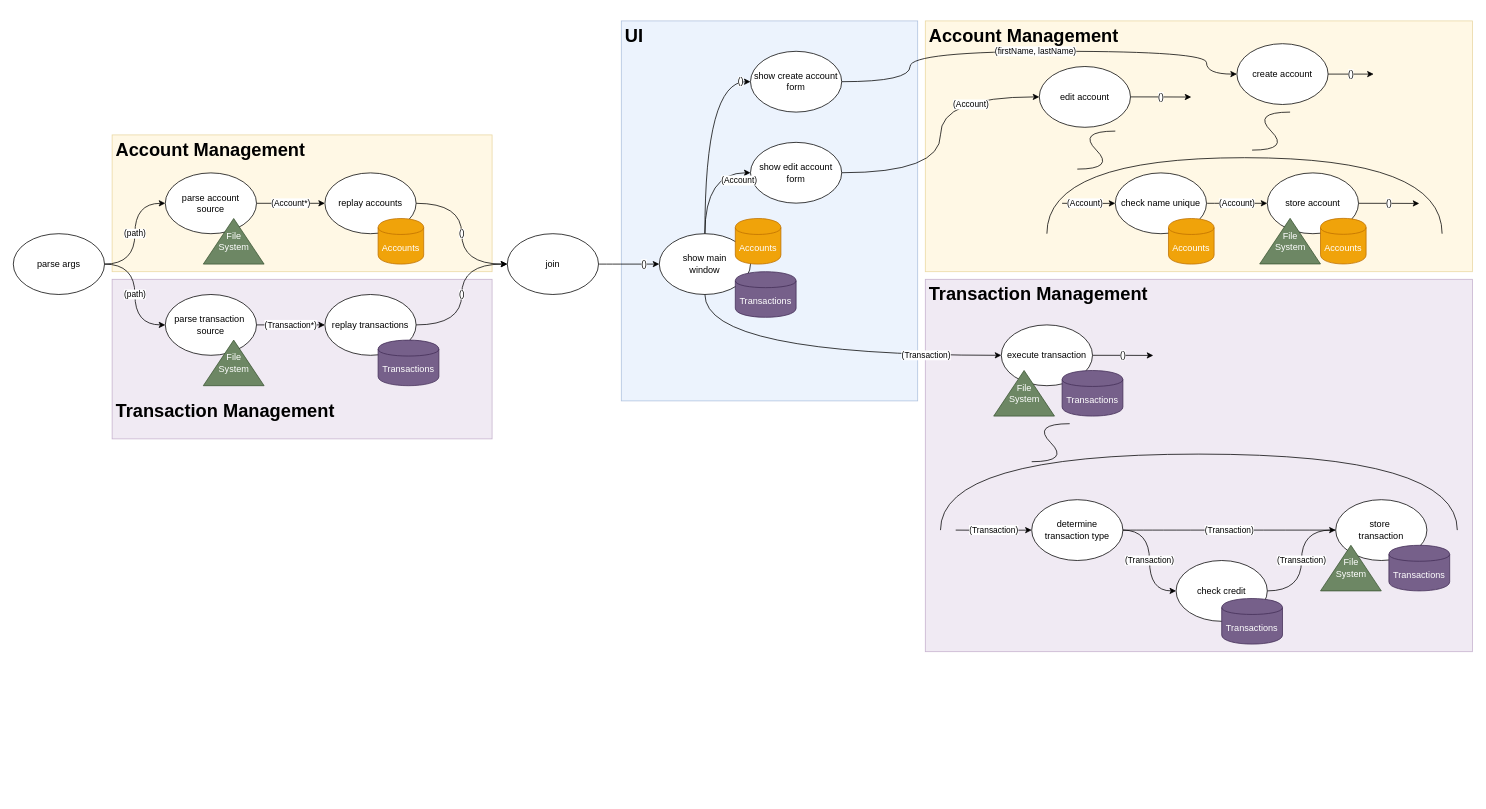
Above: ljw-client-flow-diagram.drawio in joshuaju/ljw-applications (draw.io), before the change. Source tidied: cells renumbered, new cells numbered last; positions are measured from the earlier drawing's top-left corner, leaving out a move shared by most shapes. Both pictures are drawn from the tidied source at 76%, with x=0, y=0 at pixel (13, 21).
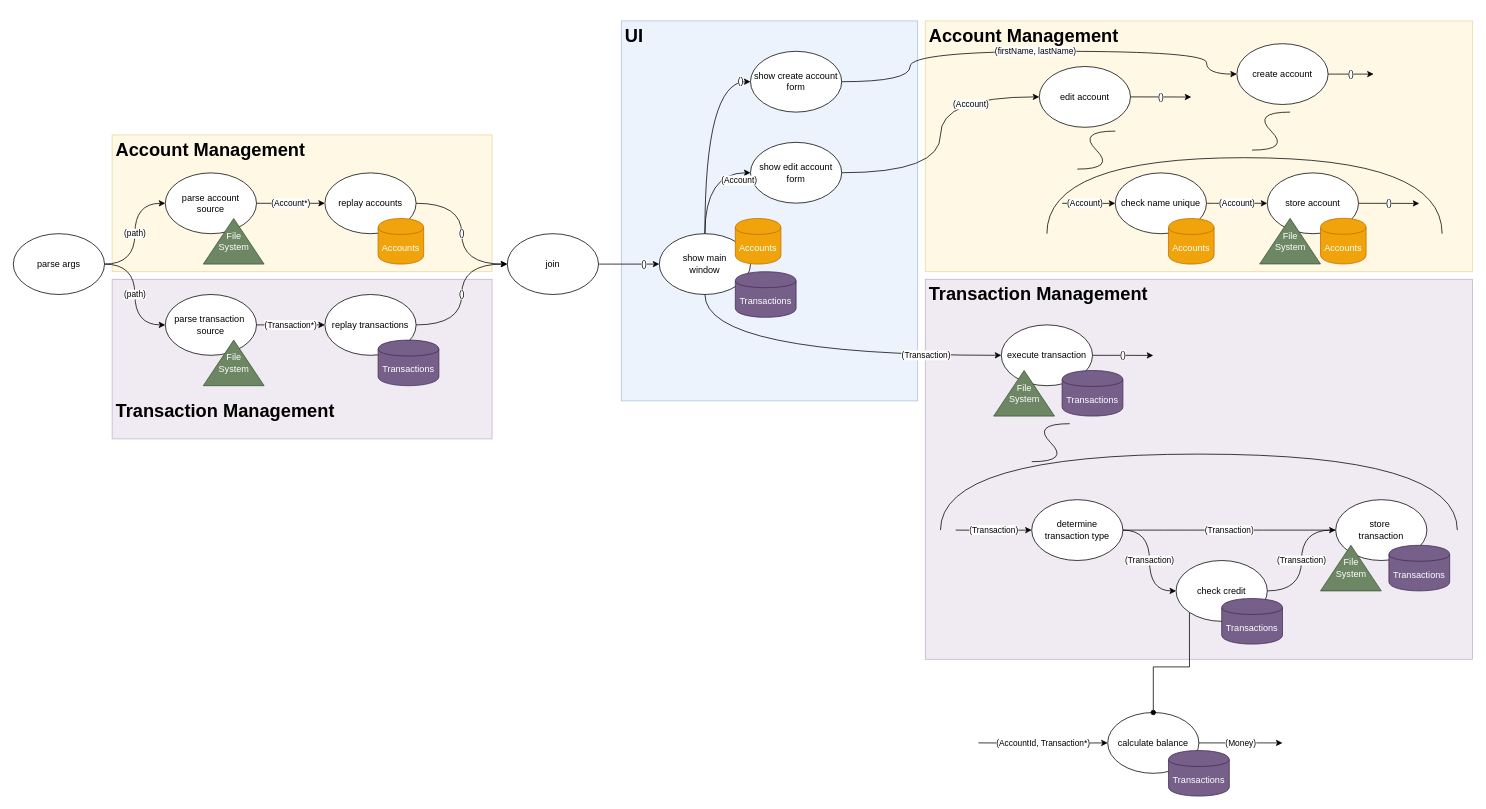
The same diagram, later.

The change refers to these unchanged cells:
```xml
<mxCell id="48" value="check credit" style="ellipse;whiteSpace=wrap;html=1;" parent="1" vertex="1">
  <mxGeometry x="1530" y="710" width="120" height="80" as="geometry" />
</mxCell>
```

Change to the diagram source:
```diff
@@
+    <mxCell id="65" value="calculate balance" style="ellipse;whiteSpace=wrap;html=1;" parent="1" vertex="1">
+      <mxGeometry x="1440" y="910" width="120" height="80" as="geometry" />
+    </mxCell>
@@
     <mxCell id="4" value="&lt;h1&gt;Transaction Management&lt;/h1&gt;" style="text;html=1;strokeColor=#9673a6;fillColor=#e1d5e7;spacing=5;spacingTop=-20;whiteSpace=wrap;overflow=hidden;rounded=0;shadow=0;comic=0;opacity=50;" parent="1" vertex="1">
-      <mxGeometry x="1200" y="340" width="720" height="490" as="geometry" />
+      <mxGeometry x="1200" y="340" width="720" height="500" as="geometry" />
     </mxCell>
@@
+    <mxCell id="66" style="edgeStyle=orthogonalEdgeStyle;rounded=0;jettySize=auto;html=1;exitX=0;exitY=1;exitDx=0;exitDy=0;entryX=0.5;entryY=0;entryDx=0;entryDy=0;endArrow=oval;endFill=1;" parent="1" edge="1" source="48" target="65">
+      <mxGeometry relative="1" as="geometry" />
+    </mxCell>
@@
+    <mxCell id="67" value="Transactions" style="shape=cylinder;whiteSpace=wrap;html=1;boundedLbl=1;backgroundOutline=1;rounded=0;shadow=0;comic=0;fillColor=#76608a;strokeColor=#432D57;fontColor=#ffffff;" parent="1" vertex="1">
+      <mxGeometry x="1520" y="960" width="80" height="60" as="geometry" />
+    </mxCell>
+    <mxCell id="68" value="(AccountId, Transaction*)" style="edgeStyle=orthogonalEdgeStyle;rounded=0;jettySize=auto;html=1;entryX=0;entryY=0.5;entryDx=0;entryDy=0;curved=1;" parent="1" edge="1" target="65">
+      <mxGeometry relative="1" as="geometry">
+        <mxPoint x="1270" y="950" as="sourcePoint" />
+      </mxGeometry>
+    </mxCell>
+    <mxCell id="69" value="(Money)" style="edgeStyle=orthogonalEdgeStyle;rounded=0;jettySize=auto;html=1;curved=1;exitX=1;exitY=0.5;exitDx=0;exitDy=0;" parent="1" edge="1" source="65">
+      <mxGeometry relative="1" as="geometry">
+        <mxPoint x="1670" y="950" as="targetPoint" />
+      </mxGeometry>
+    </mxCell>
```
